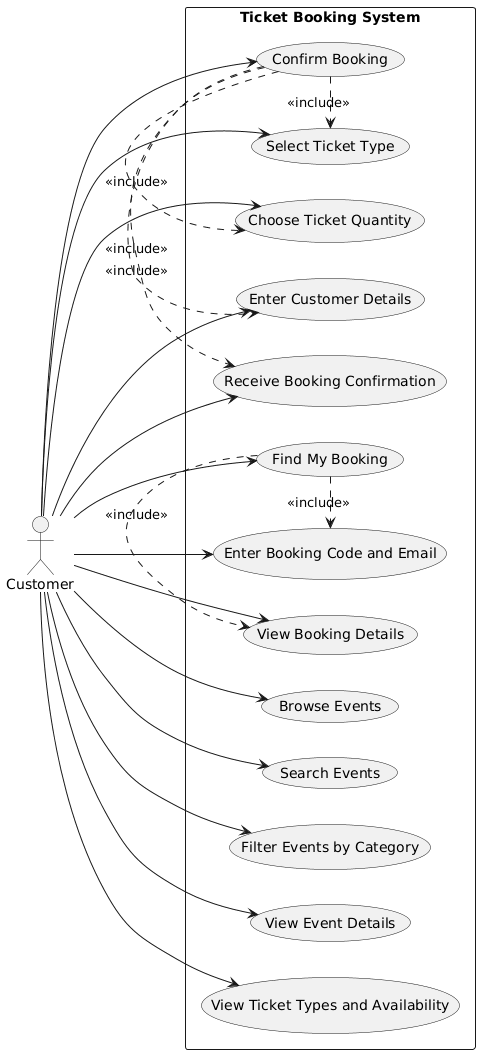
Before: docs/use-case-diagram.png, a diagram exported from PlantUML (ayozzzn/ticket-booking-system).
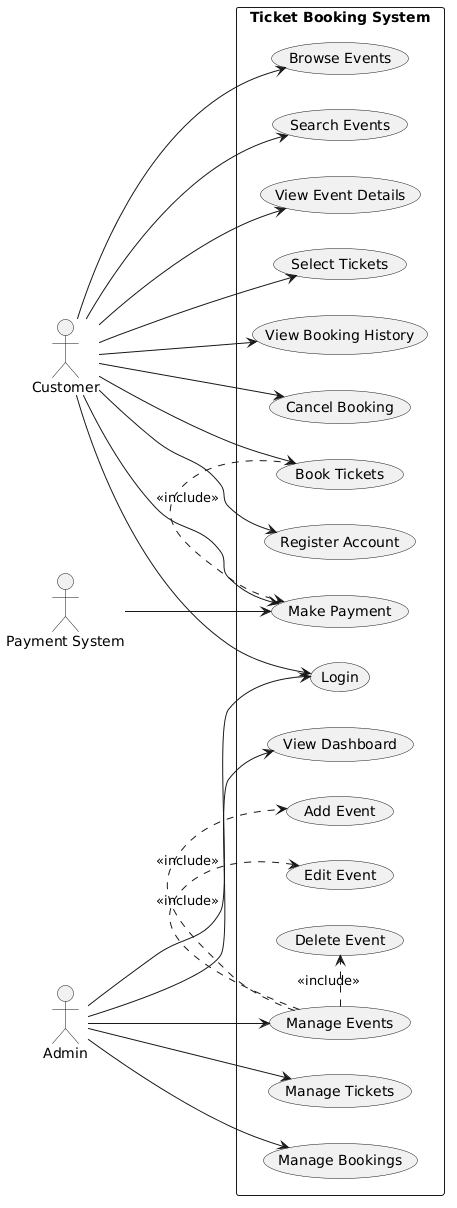
After the commit.

Commit message:
use case diagram update

What changed in the source:
```diff
@@ -1,25 +1,30 @@
 @startuml
 left to right direction
 
-actor "Customer" as Customer
+actor Customer
+actor Admin
+actor "Payment System" as Payment
 
 rectangle "Ticket Booking System" {
 
-  usecase "Browse Events" as UC1
-  usecase "Search Events" as UC2
-  usecase "Filter Events by Category" as UC3
-  usecase "View Event Details" as UC4
-  usecase "View Ticket Types and Availability" as UC5
+  usecase "Register Account" as UC1
+  usecase "Login" as UC2
+  usecase "Browse Events" as UC3
+  usecase "Search Events" as UC4
+  usecase "View Event Details" as UC5
+  usecase "Select Tickets" as UC6
+  usecase "Book Tickets" as UC7
+  usecase "Make Payment" as UC8
+  usecase "View Booking History" as UC9
+  usecase "Cancel Booking" as UC10
 
-  usecase "Select Ticket Type" as UC6
-  usecase "Choose Ticket Quantity" as UC7
-  usecase "Enter Customer Details" as UC8
-  usecase "Confirm Booking" as UC9
-  usecase "Receive Booking Confirmation" as UC10
-
-  usecase "Find My Booking" as UC11
-  usecase "Enter Booking Code and Email" as UC12
-  usecase "View Booking Details" as UC13
+  usecase "Manage Events" as UC11
+  usecase "Add Event" as UC12
+  usecase "Edit Event" as UC13
+  usecase "Delete Event" as UC14
+  usecase "Manage Tickets" as UC15
+  usecase "Manage Bookings" as UC16
+  usecase "View Dashboard" as UC17
 }
 
 Customer --> UC1
@@ -32,15 +37,17 @@
 Customer --> UC8
 Customer --> UC9
 Customer --> UC10
-Customer --> UC11
-Customer --> UC12
-Customer --> UC13
 
-UC9 .> UC6 : <<include>>
-UC9 .> UC7 : <<include>>
-UC9 .> UC8 : <<include>>
-UC9 .> UC10 : <<include>>
+Admin --> UC2
+Admin --> UC11
+Admin --> UC15
+Admin --> UC16
+Admin --> UC17
+
+Payment --> UC8
 
 UC11 .> UC12 : <<include>>
 UC11 .> UC13 : <<include>>
+UC11 .> UC14 : <<include>>
+UC7 .> UC8 : <<include>>
 @enduml
```
